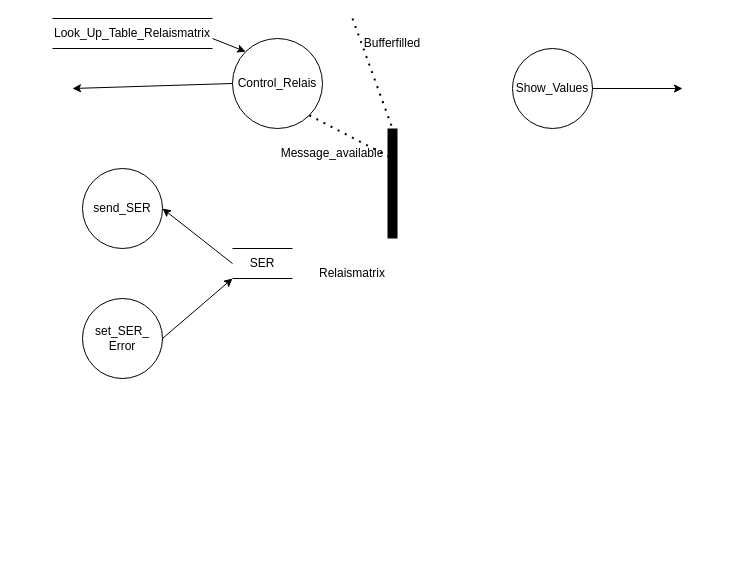
Before: DatenflussDiagramm.drawio in Lostqw1/Funfun, a draw.io diagram. Source tidied: cells renumbered, new cells numbered last; positions are measured from the earlier drawing's top-left corner, leaving out a move shared by most shapes. Both pictures are drawn from the tidied source at 100%, with x=0, y=0 at pixel (52, 18).
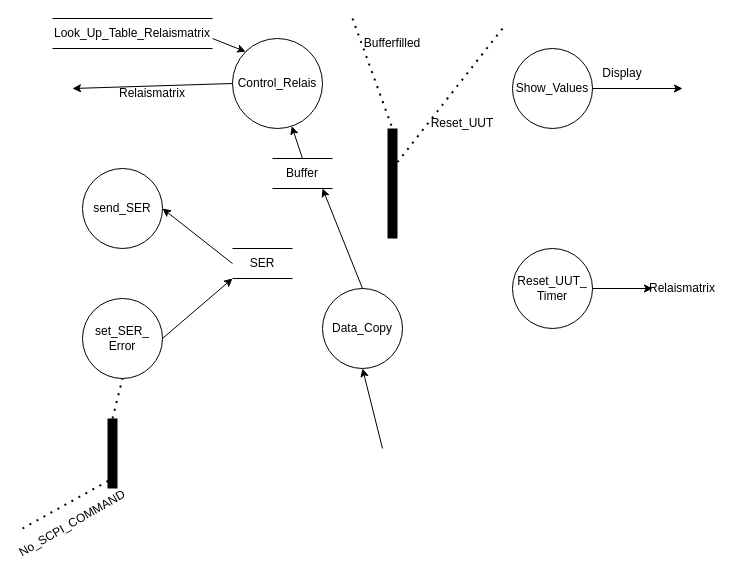
The same diagram, later.

Unchanged cells that the change refers to:
```xml
<mxCell id="2" value="Control_Relais" style="ellipse;whiteSpace=wrap;html=1;" parent="1" vertex="1">
  <mxGeometry x="180" y="20" width="90" height="90" as="geometry" />
</mxCell>
<mxCell id="14" value="set_SER_&lt;br&gt;Error&lt;br&gt;" style="ellipse;whiteSpace=wrap;html=1;" parent="1" vertex="1">
  <mxGeometry x="30" y="280" width="80" height="80" as="geometry" />
</mxCell>
```

The edit, as a diff of the source:
```diff
@@
-    <mxCell id="19" style="endArrow=none;dashed=1;html=1;dashPattern=1 3;strokeWidth=2;rounded=0;exitX=1;exitY=1;exitDx=0;exitDy=0;" parent="1" edge="1" source="2">
-      <mxGeometry relative="1" as="geometry">
-        <mxPoint x="340" y="140" as="targetPoint" />
-      </mxGeometry>
-    </mxCell>
-    <mxCell id="20" value="Message_available" style="text;html=1;strokeColor=none;fillColor=none;align=center;verticalAlign=middle;whiteSpace=wrap;rounded=0;" parent="1" vertex="1">
-      <mxGeometry x="250" y="120" width="60" height="30" as="geometry" />
-    </mxCell>
@@
     <mxCell id="22" value="Relaismatrix" style="text;html=1;strokeColor=none;fillColor=none;align=center;verticalAlign=middle;whiteSpace=wrap;rounded=0;" parent="1" vertex="1">
-      <mxGeometry x="270" y="240" width="60" height="30" as="geometry" />
+      <mxGeometry x="70" y="60" width="60" height="30" as="geometry" />
     </mxCell>
+    <mxCell id="23" style="endArrow=none;html=1;rounded=0;strokeWidth=10;" parent="1" edge="1">
+      <mxGeometry relative="1" as="geometry">
+        <mxPoint x="60" y="470" as="sourcePoint" />
+        <mxPoint x="60" y="400" as="targetPoint" />
+      </mxGeometry>
+    </mxCell>
+    <mxCell id="24" style="endArrow=none;dashed=1;html=1;dashPattern=1 3;strokeWidth=2;rounded=0;entryX=0.5;entryY=1;entryDx=0;entryDy=0;" parent="1" edge="1" target="14">
+      <mxGeometry relative="1" as="geometry">
+        <mxPoint x="60" y="400" as="sourcePoint" />
+      </mxGeometry>
+    </mxCell>
+    <mxCell id="25" style="endArrow=none;dashed=1;html=1;dashPattern=1 3;strokeWidth=2;rounded=0;" parent="1" edge="1">
+      <mxGeometry relative="1" as="geometry">
+        <mxPoint x="-30" y="510" as="sourcePoint" />
+        <mxPoint x="60" y="460" as="targetPoint" />
+      </mxGeometry>
+    </mxCell>
+    <mxCell id="26" value="No_SCPI_COMMAND" style="text;html=1;strokeColor=none;fillColor=none;align=center;verticalAlign=middle;whiteSpace=wrap;rounded=0;rotation=-30;" parent="1" vertex="1">
+      <mxGeometry x="-10" y="490" width="60" height="30" as="geometry" />
+    </mxCell>
+    <mxCell id="27" style="endArrow=none;dashed=1;html=1;dashPattern=1 3;strokeWidth=2;rounded=0;" parent="1" edge="1">
+      <mxGeometry relative="1" as="geometry">
+        <mxPoint x="340" y="150" as="sourcePoint" />
+        <mxPoint x="450" y="10" as="targetPoint" />
+      </mxGeometry>
+    </mxCell>
+    <mxCell id="28" value="Reset_UUT" style="text;html=1;strokeColor=none;fillColor=none;align=center;verticalAlign=middle;whiteSpace=wrap;rounded=0;" parent="1" vertex="1">
+      <mxGeometry x="380" y="90" width="60" height="30" as="geometry" />
+    </mxCell>
+    <mxCell id="29" value="Reset_UUT_&lt;br&gt;Timer" style="ellipse;whiteSpace=wrap;html=1;" parent="1" vertex="1">
+      <mxGeometry x="460" y="230" width="80" height="80" as="geometry" />
+    </mxCell>
+    <mxCell id="30" style="endArrow=classic;html=1;rounded=0;strokeWidth=1;exitX=1;exitY=0.5;exitDx=0;exitDy=0;" parent="1" edge="1" source="29" target="31">
+      <mxGeometry relative="1" as="geometry" />
+    </mxCell>
+    <mxCell id="31" value="Relaismatrix" style="text;html=1;strokeColor=none;fillColor=none;align=center;verticalAlign=middle;whiteSpace=wrap;rounded=0;" parent="1" vertex="1">
+      <mxGeometry x="600" y="255" width="60" height="30" as="geometry" />
+    </mxCell>
+    <mxCell id="32" value="Buffer" style="text;html=1;strokeColor=none;fillColor=none;align=center;verticalAlign=middle;whiteSpace=wrap;rounded=0;" parent="1" vertex="1">
+      <mxGeometry x="220" y="140" width="60" height="30" as="geometry" />
+    </mxCell>
+    <mxCell id="33" style="endArrow=none;html=1;rounded=0;strokeWidth=1;exitX=0;exitY=0;exitDx=0;exitDy=0;entryX=1;entryY=0;entryDx=0;entryDy=0;" parent="1" edge="1" source="32" target="32">
+      <mxGeometry relative="1" as="geometry" />
+    </mxCell>
+    <mxCell id="34" style="endArrow=none;html=1;rounded=0;strokeWidth=1;exitX=0;exitY=1;exitDx=0;exitDy=0;entryX=1;entryY=1;entryDx=0;entryDy=0;" parent="1" edge="1" source="32" target="32">
+      <mxGeometry relative="1" as="geometry" />
+    </mxCell>
+    <mxCell id="35" value="Data_Copy" style="ellipse;whiteSpace=wrap;html=1;" parent="1" vertex="1">
+      <mxGeometry x="270" y="270" width="80" height="80" as="geometry" />
+    </mxCell>
+    <mxCell id="36" style="endArrow=classic;html=1;rounded=0;strokeWidth=1;exitX=0.5;exitY=0;exitDx=0;exitDy=0;" parent="1" edge="1" source="35">
+      <mxGeometry relative="1" as="geometry">
+        <mxPoint x="270" y="170" as="targetPoint" />
+      </mxGeometry>
+    </mxCell>
+    <mxCell id="37" style="endArrow=classic;html=1;rounded=0;strokeWidth=1;entryX=0.5;entryY=1;entryDx=0;entryDy=0;" parent="1" edge="1" target="35">
+      <mxGeometry relative="1" as="geometry">
+        <mxPoint x="330" y="430" as="sourcePoint" />
+      </mxGeometry>
+    </mxCell>
+    <mxCell id="38" style="endArrow=classic;html=1;rounded=0;strokeWidth=1;" parent="1" edge="1" target="2">
+      <mxGeometry relative="1" as="geometry">
+        <mxPoint x="250" y="140" as="sourcePoint" />
+      </mxGeometry>
+    </mxCell>
+    <mxCell id="39" value="Display" style="text;html=1;strokeColor=none;fillColor=none;align=center;verticalAlign=middle;whiteSpace=wrap;rounded=0;" parent="1" vertex="1">
+      <mxGeometry x="540" y="40" width="60" height="30" as="geometry" />
+    </mxCell>
```
